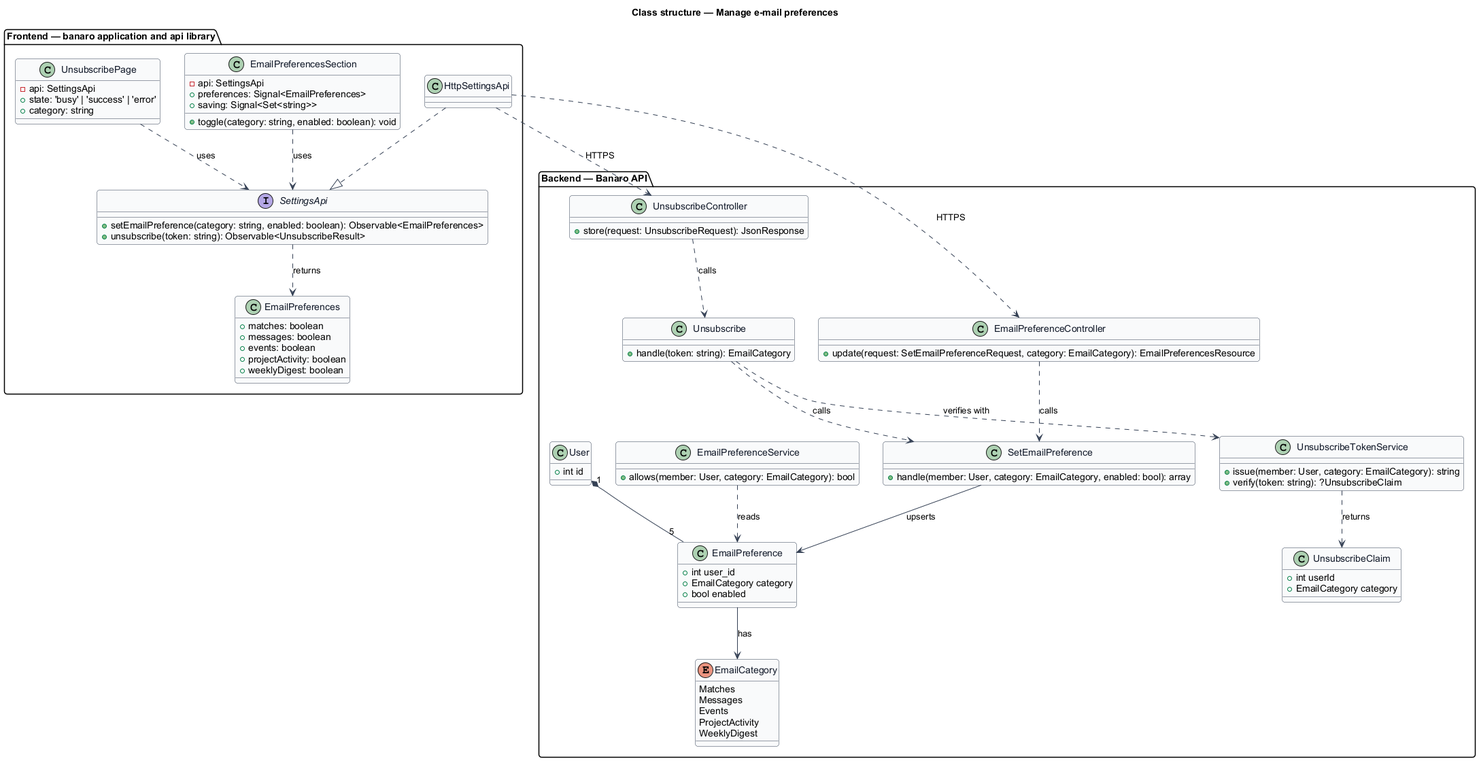
Earlier version of the PlantUML export docs/detailed-designs/settings/manage-email-preferences/diagrams/class-structure.png (QuinntyneBrown/banaro).
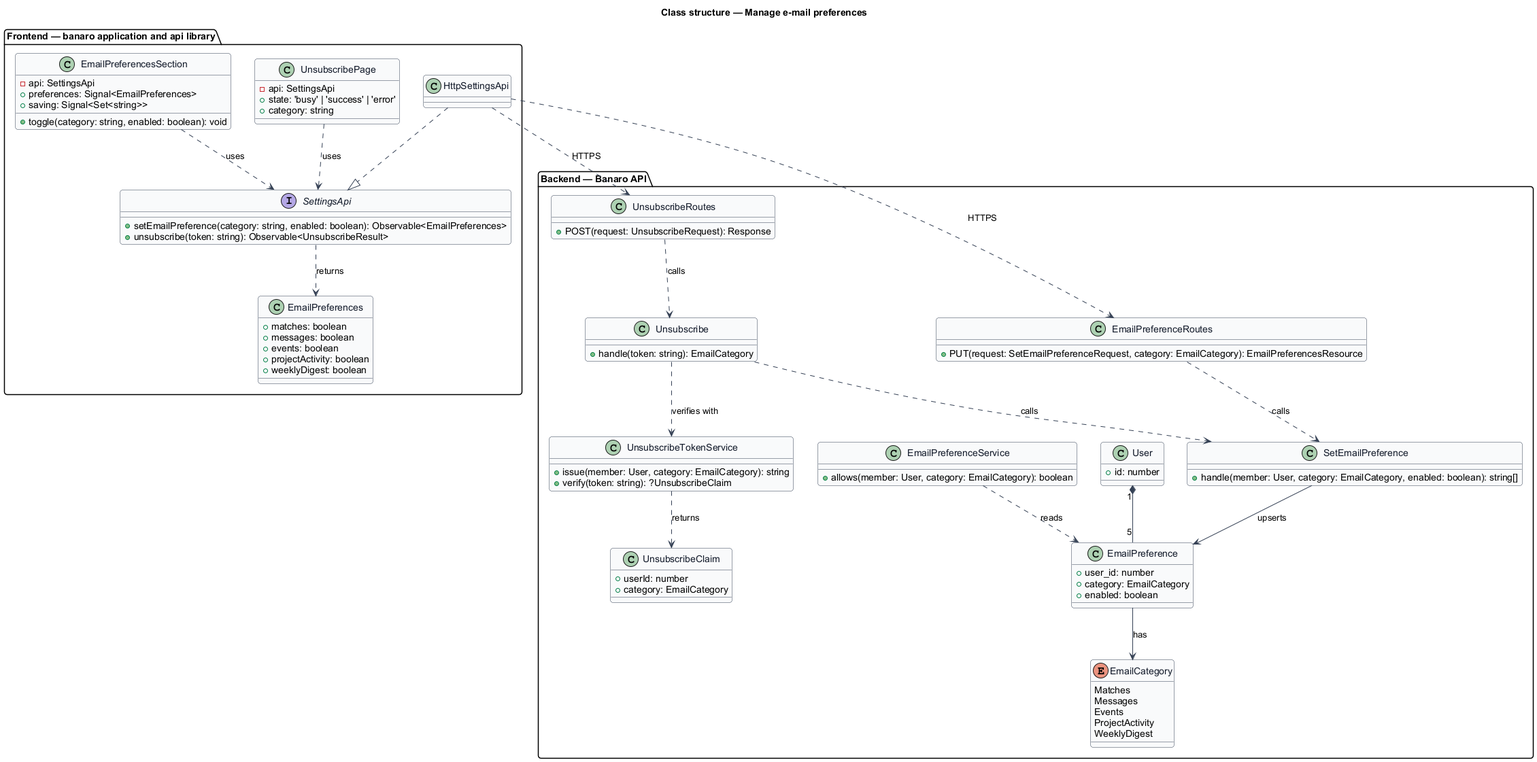
After the change.

What changed in the source:
```diff
@@ -38,14 +38,14 @@
 }
 
 package "Backend — Banaro API" {
-  class EmailPreferenceController {
-    +update(request: SetEmailPreferenceRequest, category: EmailCategory): EmailPreferencesResource
+  class EmailPreferenceRoutes {
+    +PUT(request: SetEmailPreferenceRequest, category: EmailCategory): EmailPreferencesResource
   }
-  class UnsubscribeController {
-    +store(request: UnsubscribeRequest): JsonResponse
+  class UnsubscribeRoutes {
+    +POST(request: UnsubscribeRequest): Response
   }
   class SetEmailPreference {
-    +handle(member: User, category: EmailCategory, enabled: bool): array
+    +handle(member: User, category: EmailCategory, enabled: boolean): string[]
   }
   class Unsubscribe {
     +handle(token: string): EmailCategory
@@ -55,12 +55,12 @@
     +verify(token: string): ?UnsubscribeClaim
   }
   class EmailPreferenceService {
-    +allows(member: User, category: EmailCategory): bool
+    +allows(member: User, category: EmailCategory): boolean
   }
   class EmailPreference {
-    +int user_id
-    +EmailCategory category
-    +bool enabled
+    +user_id: number
+    +category: EmailCategory
+    +enabled: boolean
   }
   enum EmailCategory {
     Matches
@@ -70,11 +70,11 @@
     WeeklyDigest
   }
   class UnsubscribeClaim {
-    +int userId
-    +EmailCategory category
+    +userId: number
+    +category: EmailCategory
   }
   class User {
-    +int id
+    +id: number
   }
 }
 
@@ -82,11 +82,11 @@
 UnsubscribePage ..> SettingsApi : uses
 HttpSettingsApi ..|> SettingsApi
 SettingsApi ..> EmailPreferences : returns
-HttpSettingsApi ..> EmailPreferenceController : HTTPS
-HttpSettingsApi ..> UnsubscribeController : HTTPS
+HttpSettingsApi ..> EmailPreferenceRoutes : HTTPS
+HttpSettingsApi ..> UnsubscribeRoutes : HTTPS
 
-EmailPreferenceController ..> SetEmailPreference : calls
-UnsubscribeController ..> Unsubscribe : calls
+EmailPreferenceRoutes ..> SetEmailPreference : calls
+UnsubscribeRoutes ..> Unsubscribe : calls
 Unsubscribe ..> UnsubscribeTokenService : verifies with
 Unsubscribe ..> SetEmailPreference : calls
 UnsubscribeTokenService ..> UnsubscribeClaim : returns
```
